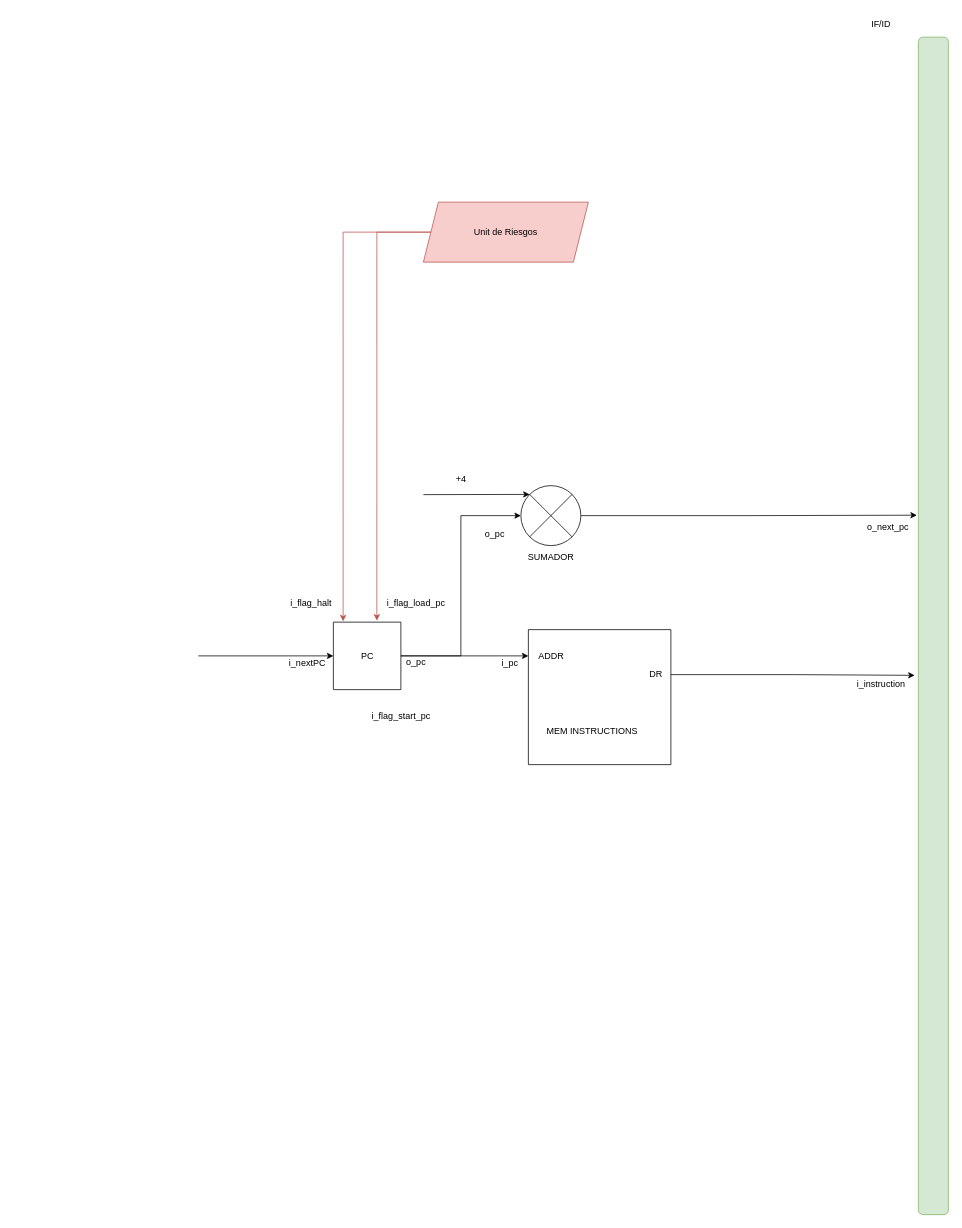
This is page "IF" (2 of 2) of Diseño/MIPS.drawio from IgnacioAichinoUNC/TP3-MIPS, a draw.io file, before an edit. Source tidied: cells renumbered, new cells numbered last; positions are measured from the earlier drawing's top-left corner, leaving out a move shared by most shapes. Both pictures are drawn from the tidied source at 75%, with x=0, y=0 at pixel (198, 13).
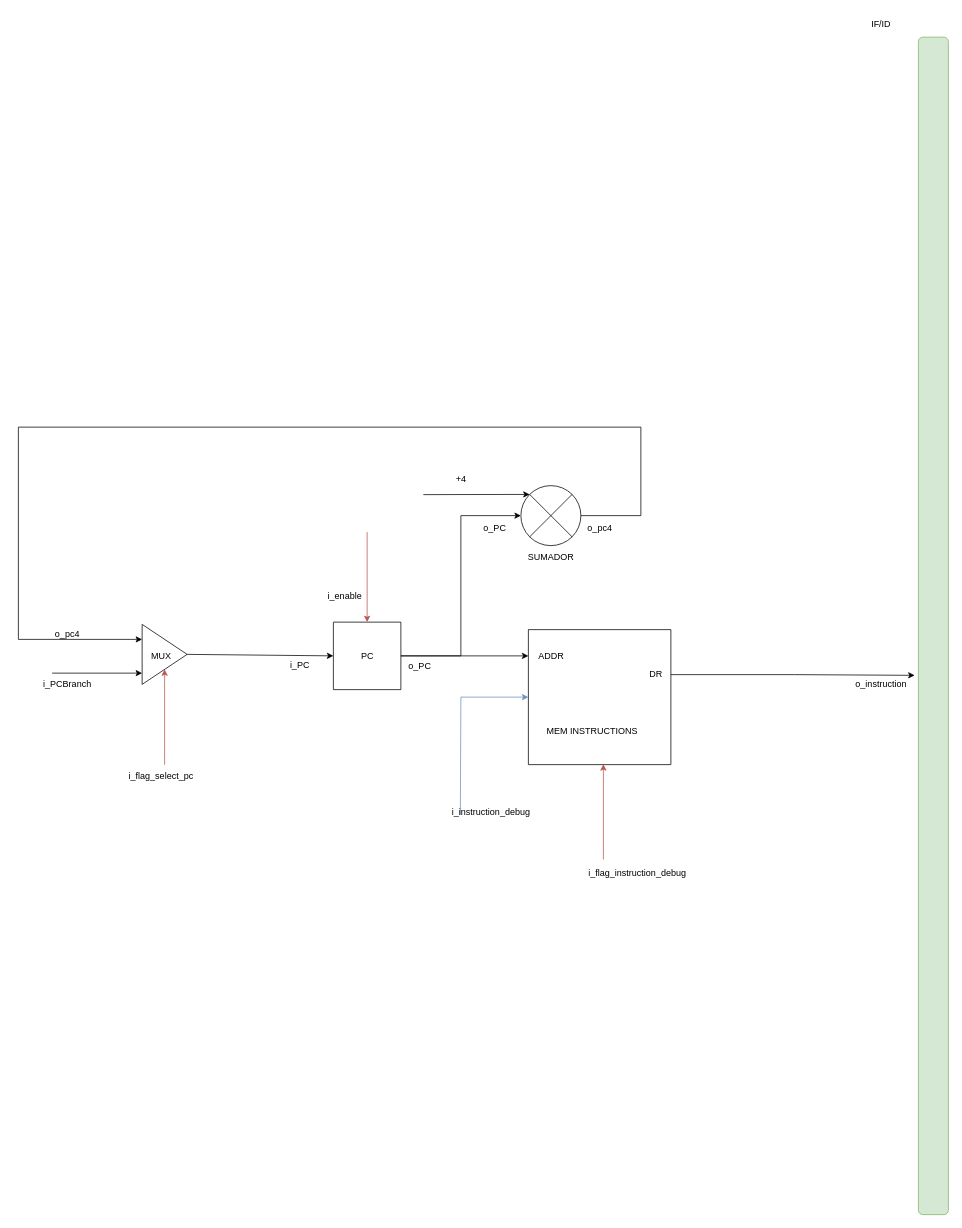
After the change.

Unchanged cells that the change refers to:
```xml
<mxCell id="4" style="swimlane;startSize=0;" parent="1" vertex="1">
  <mxGeometry x="180" y="812" width="90" height="90" as="geometry" />
</mxCell>
<mxCell id="6" style="swimlane;startSize=0;" parent="1" vertex="1">
  <mxGeometry x="440" y="822" width="190" height="180" as="geometry" />
</mxCell>
<mxCell id="10" style="shape=sumEllipse;perimeter=ellipsePerimeter;whiteSpace=wrap;html=1;backgroundOutline=1;" parent="1" vertex="1">
  <mxGeometry x="430" y="630" width="80" height="80" as="geometry" />
</mxCell>
<mxCell id="24" style="rounded=1;whiteSpace=wrap;html=1;direction=south;fillColor=#d5e8d4;strokeColor=#82b366;" parent="1" vertex="1">
  <mxGeometry x="960" y="32" width="40" height="1570" as="geometry" />
</mxCell>
```

Change to the diagram source:
```diff
@@
-    <mxCell id="14" value="o_pc" style="text;html=1;align=center;verticalAlign=middle;strokeColor=none;fillColor=none;" parent="1" vertex="1">
-      <mxGeometry x="265" y="850" width="50" height="30" as="geometry" />
+    <mxCell id="14" value="o_PC" style="text;html=1;align=center;verticalAlign=middle;strokeColor=none;fillColor=none;" parent="1" vertex="1">
+      <mxGeometry x="270" y="856" width="50" height="30" as="geometry" />
     </mxCell>
-    <mxCell id="15" value="i_flag_start_pc&lt;br&gt;" style="text;html=1;align=center;verticalAlign=middle;strokeColor=none;fillColor=none;" parent="1" vertex="1">
-      <mxGeometry x="220" y="922" width="100" height="30" as="geometry" />
-    </mxCell>
-    <mxCell id="16" style="endArrow=classic;html=1;rounded=0;entryX=0;entryY=0.5;entryDx=0;entryDy=0;" parent="1" edge="1" target="4">
-      <mxGeometry relative="1" as="geometry">
-        <mxPoint y="857" as="sourcePoint" />
-      </mxGeometry>
+    <mxCell id="16" style="endArrow=classic;html=1;rounded=0;entryX=0;entryY=0.5;entryDx=0;entryDy=0;exitX=1;exitY=0.5;exitDx=0;exitDy=0;" parent="1" edge="1" source="32" target="4">
+      <mxGeometry relative="1" as="geometry" />
     </mxCell>
-    <mxCell id="17" value="i_nextPC" style="text;html=1;align=center;verticalAlign=middle;strokeColor=none;fillColor=none;" parent="1" vertex="1">
-      <mxGeometry x="110" y="852" width="70" height="30" as="geometry" />
+    <mxCell id="17" value="i_PC&lt;div&gt;&lt;br&gt;&lt;/div&gt;" style="text;html=1;align=center;verticalAlign=middle;strokeColor=none;fillColor=none;" parent="1" vertex="1">
+      <mxGeometry x="110" y="856" width="50" height="40" as="geometry" />
     </mxCell>
-    <mxCell id="18" value="Unit de Riesgos" style="shape=parallelogram;perimeter=parallelogramPerimeter;whiteSpace=wrap;html=1;fixedSize=1;fillColor=#f8cecc;strokeColor=#b85450;" parent="1" vertex="1">
-      <mxGeometry x="300" y="252" width="220" height="80" as="geometry" />
-    </mxCell>
-    <mxCell id="19" style="edgeStyle=orthogonalEdgeStyle;rounded=0;jettySize=auto;html=1;entryX=0.644;entryY=-0.022;entryDx=0;entryDy=0;entryPerimeter=0;fillColor=#f8cecc;strokeColor=#b85450;" parent="1" edge="1" source="18" target="4">
-      <mxGeometry relative="1" as="geometry" />
-    </mxCell>
-    <mxCell id="20" style="edgeStyle=orthogonalEdgeStyle;rounded=0;jettySize=auto;html=1;entryX=0.144;entryY=-0.011;entryDx=0;entryDy=0;entryPerimeter=0;fillColor=#f8cecc;strokeColor=#b85450;" parent="1" edge="1" source="18" target="4">
-      <mxGeometry relative="1" as="geometry" />
-    </mxCell>
-    <mxCell id="21" value="i_flag_halt" style="text;html=1;align=center;verticalAlign=middle;strokeColor=none;fillColor=none;" parent="1" vertex="1">
-      <mxGeometry x="110" y="772" width="80" height="30" as="geometry" />
-    </mxCell>
-    <mxCell id="22" value="i_flag_load_pc" style="text;html=1;align=center;verticalAlign=middle;strokeColor=none;fillColor=none;" parent="1" vertex="1">
-      <mxGeometry x="240" y="772" width="100" height="30" as="geometry" />
-    </mxCell>
-    <mxCell id="23" value="i_pc" style="text;html=1;align=center;verticalAlign=middle;strokeColor=none;fillColor=none;" parent="1" vertex="1">
-      <mxGeometry x="390" y="852" width="50" height="30" as="geometry" />
-    </mxCell>
@@
-    <mxCell id="27" style="edgeStyle=orthogonalEdgeStyle;rounded=0;jettySize=auto;html=1;entryX=0.406;entryY=1.05;entryDx=0;entryDy=0;entryPerimeter=0;" parent="1" edge="1" source="10" target="24">
-      <mxGeometry relative="1" as="geometry" />
-    </mxCell>
-    <mxCell id="28" value="i_instruction" style="text;html=1;align=center;verticalAlign=middle;strokeColor=none;fillColor=none;" parent="1" vertex="1">
+    <mxCell id="28" value="o_instruction" style="text;html=1;align=center;verticalAlign=middle;strokeColor=none;fillColor=none;" parent="1" vertex="1">
       <mxGeometry x="865" y="880" width="90" height="30" as="geometry" />
     </mxCell>
-    <mxCell id="29" value="o_next_pc" style="text;whiteSpace=wrap;" parent="1" vertex="1">
-      <mxGeometry x="890" y="672" width="90" height="40" as="geometry" />
-    </mxCell>
@@
-    <mxCell id="31" value="o_pc&lt;div&gt;&lt;br&gt;&lt;/div&gt;" style="text;html=1;align=center;verticalAlign=middle;strokeColor=none;fillColor=none;" parent="1" vertex="1">
-      <mxGeometry x="370" y="682" width="50" height="40" as="geometry" />
+    <mxCell id="31" value="&lt;div&gt;o_PC&lt;br&gt;&lt;/div&gt;" style="text;html=1;align=center;verticalAlign=middle;strokeColor=none;fillColor=none;" parent="1" vertex="1">
+      <mxGeometry x="370" y="672" width="50" height="30" as="geometry" />
     </mxCell>
+    <mxCell id="32" style="triangle;whiteSpace=wrap;html=1;" parent="1" vertex="1">
+      <mxGeometry x="-75" y="815" width="60" height="80" as="geometry" />
+    </mxCell>
+    <mxCell id="33" value="MUX&lt;div&gt;&lt;br&gt;&lt;/div&gt;" style="text;html=1;align=center;verticalAlign=middle;strokeColor=none;fillColor=none;" parent="1" vertex="1">
+      <mxGeometry x="-75" y="845" width="50" height="40" as="geometry" />
+    </mxCell>
+    <mxCell id="34" style="endArrow=classic;html=1;rounded=0;entryX=0;entryY=0.25;entryDx=0;entryDy=0;exitX=1;exitY=0.5;exitDx=0;exitDy=0;" parent="1" edge="1" source="10" target="32">
+      <mxGeometry relative="1" as="geometry">
+        <Array as="points">
+          <mxPoint x="590" y="670" />
+          <mxPoint x="590" y="552" />
+          <mxPoint x="-240" y="552" />
+          <mxPoint x="-240" y="835" />
+        </Array>
+      </mxGeometry>
+    </mxCell>
+    <mxCell id="35" style="endArrow=classic;html=1;rounded=0;entryX=0;entryY=0.25;entryDx=0;entryDy=0;" parent="1" edge="1">
+      <mxGeometry relative="1" as="geometry">
+        <mxPoint x="-195" y="880" as="sourcePoint" />
+        <mxPoint x="-75" y="880" as="targetPoint" />
+      </mxGeometry>
+    </mxCell>
+    <mxCell id="36" value="o_pc4" style="text;html=1;align=center;verticalAlign=middle;strokeColor=none;fillColor=none;" parent="1" vertex="1">
+      <mxGeometry x="-205" y="813" width="60" height="30" as="geometry" />
+    </mxCell>
+    <mxCell id="37" value="i_PCBranch" style="text;html=1;align=center;verticalAlign=middle;strokeColor=none;fillColor=none;" parent="1" vertex="1">
+      <mxGeometry x="-220" y="880" width="90" height="30" as="geometry" />
+    </mxCell>
+    <mxCell id="38" style="endArrow=classic;html=1;rounded=0;entryX=0.5;entryY=1;entryDx=0;entryDy=0;fillColor=#f8cecc;strokeColor=#b85450;" parent="1" edge="1" target="32">
+      <mxGeometry relative="1" as="geometry">
+        <mxPoint x="-45" y="1002" as="sourcePoint" />
+      </mxGeometry>
+    </mxCell>
+    <mxCell id="39" value="i_flag_select_pc" style="text;html=1;align=center;verticalAlign=middle;strokeColor=none;fillColor=none;" parent="1" vertex="1">
+      <mxGeometry x="-105" y="1002" width="110" height="30" as="geometry" />
+    </mxCell>
+    <mxCell id="40" style="endArrow=classic;html=1;rounded=0;entryX=0.5;entryY=0;entryDx=0;entryDy=0;fillColor=#f8cecc;strokeColor=#b85450;" parent="1" edge="1" target="4">
+      <mxGeometry relative="1" as="geometry">
+        <mxPoint x="225" y="692" as="sourcePoint" />
+      </mxGeometry>
+    </mxCell>
+    <mxCell id="41" value="i_enable" style="text;html=1;align=center;verticalAlign=middle;strokeColor=none;fillColor=none;" parent="1" vertex="1">
+      <mxGeometry x="160" y="762" width="70" height="30" as="geometry" />
+    </mxCell>
+    <mxCell id="42" value="o_pc4" style="text;html=1;align=center;verticalAlign=middle;strokeColor=none;fillColor=none;" parent="1" vertex="1">
+      <mxGeometry x="505" y="672" width="60" height="30" as="geometry" />
+    </mxCell>
+    <mxCell id="43" style="endArrow=classic;html=1;rounded=0;entryX=0;entryY=0.5;entryDx=0;entryDy=0;fillColor=#dae8fc;strokeColor=#6c8ebf;" parent="1" edge="1" target="6">
+      <mxGeometry relative="1" as="geometry">
+        <mxPoint x="349.3" y="1069" as="sourcePoint" />
+        <Array as="points">
+          <mxPoint x="350" y="912" />
+        </Array>
+      </mxGeometry>
+    </mxCell>
+    <mxCell id="44" value="i_instruction_debug" style="text;html=1;align=center;verticalAlign=middle;strokeColor=none;fillColor=none;" parent="1" vertex="1">
+      <mxGeometry x="325" y="1050" width="130" height="30" as="geometry" />
+    </mxCell>
+    <mxCell id="45" style="endArrow=classic;html=1;rounded=0;entryX=0.5;entryY=1;entryDx=0;entryDy=0;fillColor=#f8cecc;strokeColor=#b85450;" parent="1" edge="1">
+      <mxGeometry relative="1" as="geometry">
+        <mxPoint x="540" y="1128.5" as="sourcePoint" />
+        <mxPoint x="540" y="1001.5" as="targetPoint" />
+      </mxGeometry>
+    </mxCell>
+    <mxCell id="46" value="i_flag_instruction_debug" style="text;html=1;align=center;verticalAlign=middle;strokeColor=none;fillColor=none;" parent="1" vertex="1">
+      <mxGeometry x="510" y="1132" width="150" height="30" as="geometry" />
+    </mxCell>
```
